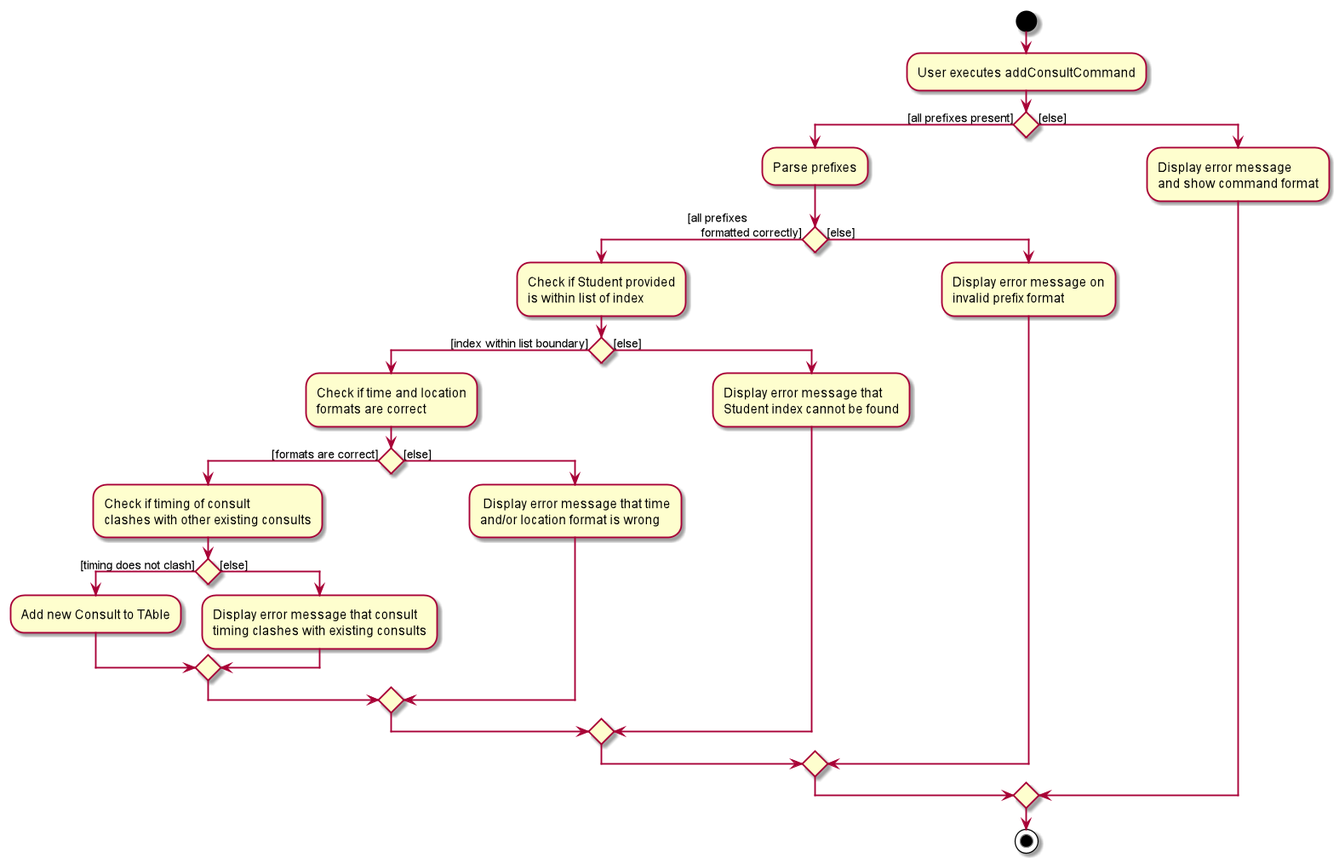
AY1920-CS2103-W15-3/addressbook-level3 keeps this PlantUML diagram as images/AddConsultActivityDiagram.png. Above is the earlier version. Source of this version:
```plantuml
@startuml
start
:User executes addConsultCommand;


if () then ([all prefixes present])
    :Parse prefixes;
    if () then ([all prefixes
    formatted correctly])
        :Check if Student provided
        is within list of index;
        if () then ([index within list boundary])
            :Check if time and location
            formats are correct;
            if() then ([formats are correct])
                :Check if timing of consult
                clashes with other existing consults;
                if() then ([timing does not clash])
                    :Add new Consult to TAble;
                 else ([else])
                    :Display error message that consult
                    timing clashes with existing consults;
                endif
            else ([else])
                : Display error message that time
                and/or location format is wrong;
            endif
        else ([else])
            :Display error message that
            Student index cannot be found;
        endif
    else ([else])
        :Display error message on
        invalid prefix format;
    endif
else ([else])
    :Display error message
    and show command format;
endif
stop
@enduml
```
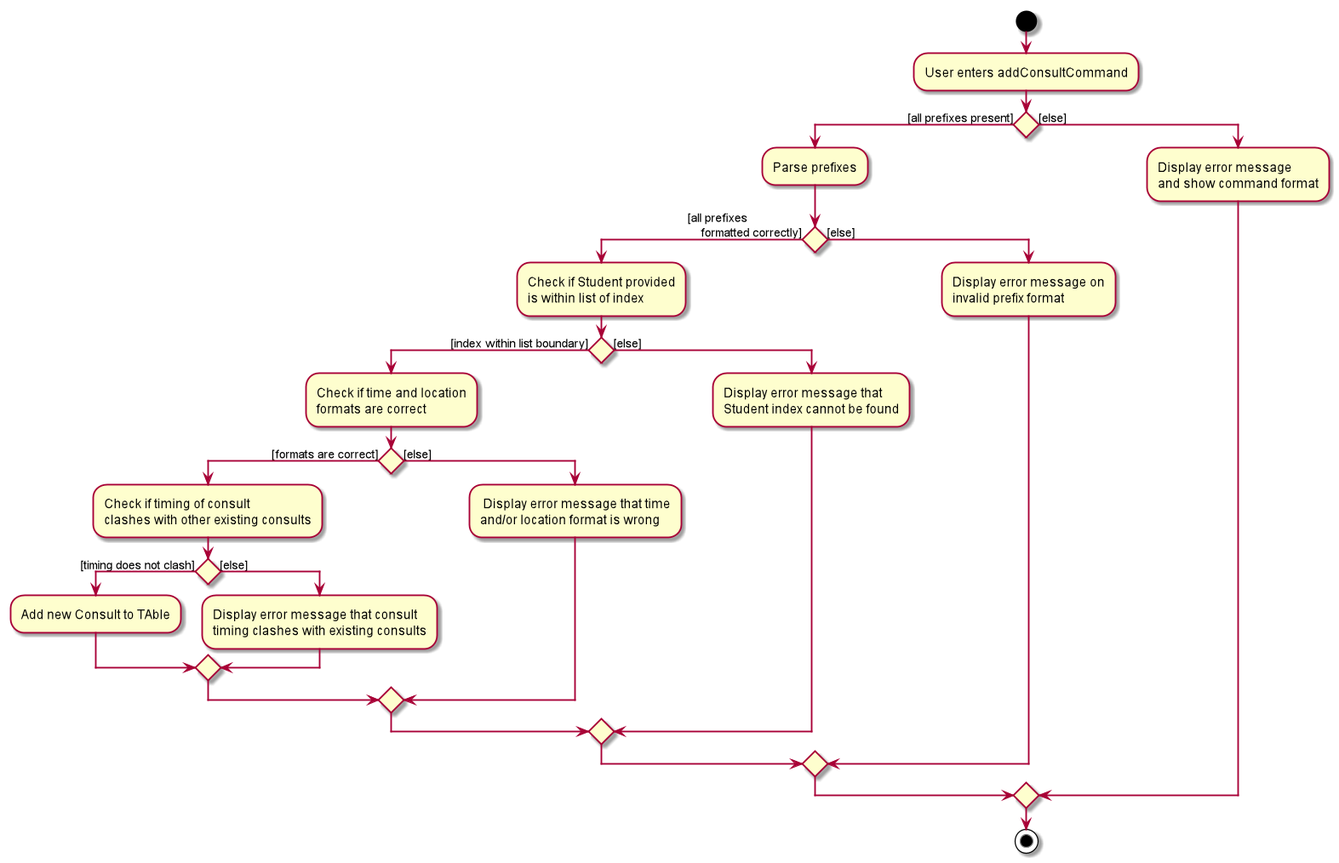
Above is the later version.

The edit, as a diff of the source:
```diff
@@ -1,7 +1,6 @@
 @startuml
 start
-:User executes addConsultCommand;
-
+:User enters addConsultCommand;
 
 if () then ([all prefixes present])
     :Parse prefixes;
```
